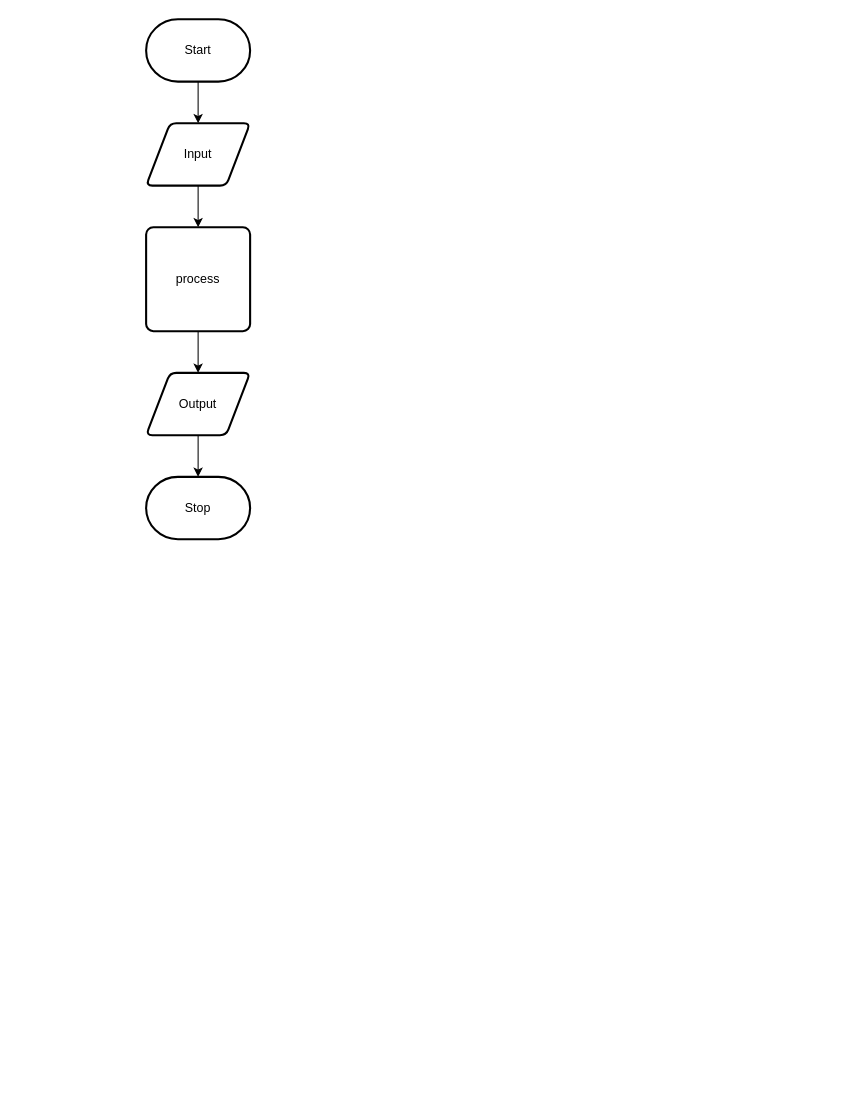
The draw.io diagram design/flow-chart.drawio in ashley-monaghan/ICS2OR-Unit-05-06, before the edit. Source tidied: cells renumbered, new cells numbered last; positions are measured from the earlier drawing's top-left corner, leaving out a move shared by most shapes. Both pictures are drawn from the tidied source at 104%, with x=0, y=0 at pixel (146, 19).
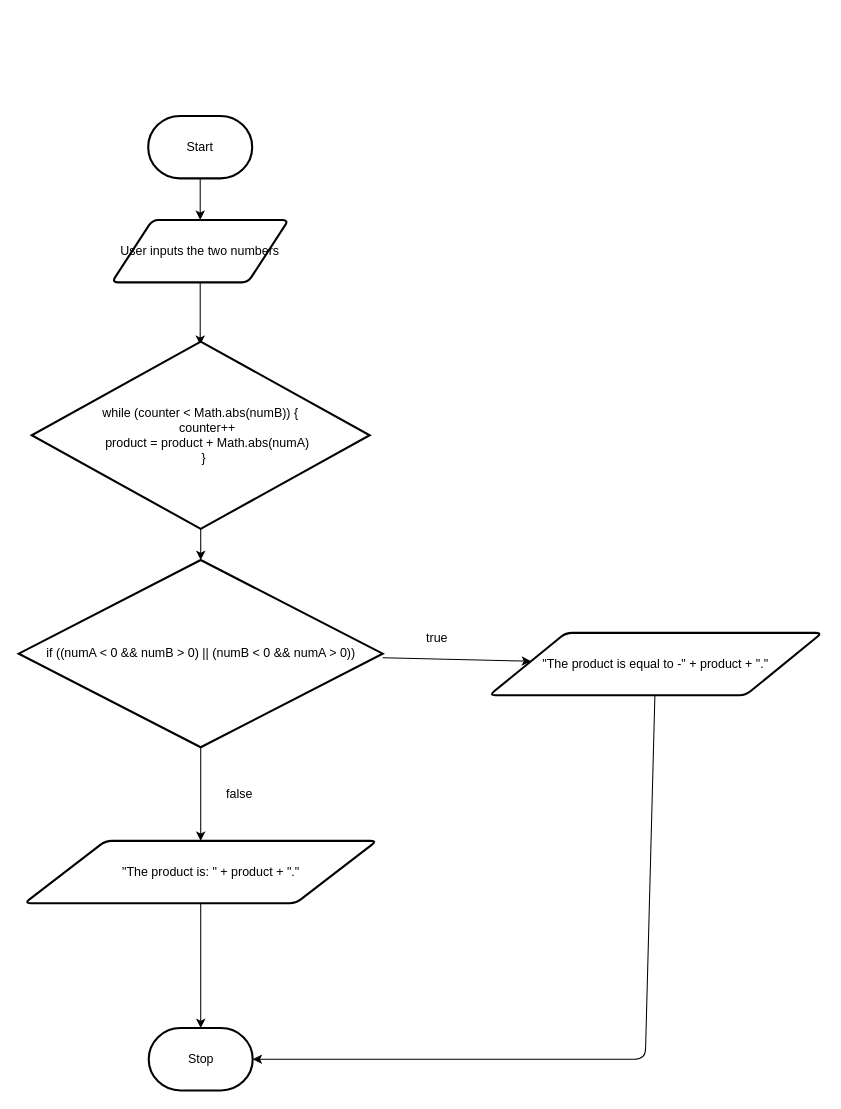
The same page after the edit.

The edit, as a diff of the source:
```diff
@@
 <mxGraphModel>
   <root>
     <mxCell id="0" />
     <mxCell id="1" parent="0" />
-    <mxCell id="2" style="edgeStyle=none;html=1;" parent="1" edge="1" source="3" target="5">
-      <mxGeometry relative="1" as="geometry" />
-    </mxCell>
+    <mxCell id="11" style="edgeStyle=none;html=1;" parent="1" edge="1" source="3" target="13">
+      <mxGeometry relative="1" as="geometry" />
+    </mxCell>
     <mxCell id="3" value="Start" style="strokeWidth=2;html=1;shape=mxgraph.flowchart.terminator;whiteSpace=wrap;" parent="1" vertex="1">
-      <mxGeometry width="100" height="60" as="geometry" />
+      <mxGeometry x="2" y="93" width="100" height="60" as="geometry" />
     </mxCell>
-    <mxCell id="4" style="edgeStyle=none;html=1;" parent="1" edge="1" source="5" target="7">
-      <mxGeometry relative="1" as="geometry" />
-    </mxCell>
-    <mxCell id="5" value="Input" style="shape=parallelogram;html=1;strokeWidth=2;perimeter=parallelogramPerimeter;whiteSpace=wrap;rounded=1;arcSize=12;size=0.23;" parent="1" vertex="1">
-      <mxGeometry y="100" width="100" height="60" as="geometry" />
-    </mxCell>
-    <mxCell id="6" style="edgeStyle=none;html=1;" parent="1" edge="1" source="7" target="9">
-      <mxGeometry relative="1" as="geometry" />
-    </mxCell>
-    <mxCell id="7" value="process" style="rounded=1;whiteSpace=wrap;html=1;absoluteArcSize=1;arcSize=14;strokeWidth=2;" parent="1" vertex="1">
-      <mxGeometry y="200" width="100" height="100" as="geometry" />
-    </mxCell>
-    <mxCell id="8" style="edgeStyle=none;html=1;" parent="1" edge="1" source="9" target="10">
-      <mxGeometry relative="1" as="geometry" />
-    </mxCell>
-    <mxCell id="9" value="Output" style="shape=parallelogram;html=1;strokeWidth=2;perimeter=parallelogramPerimeter;whiteSpace=wrap;rounded=1;arcSize=12;size=0.23;" parent="1" vertex="1">
-      <mxGeometry y="340" width="100" height="60" as="geometry" />
-    </mxCell>
+    <mxCell id="12" style="edgeStyle=none;html=1;entryX=0.5;entryY=0;entryDx=0;entryDy=0;" parent="1" edge="1" source="13">
+      <mxGeometry relative="1" as="geometry">
+        <mxPoint x="52" y="313" as="targetPoint" />
+      </mxGeometry>
+    </mxCell>
+    <mxCell id="13" value="User inputs the two numbers" style="shape=parallelogram;html=1;strokeWidth=2;perimeter=parallelogramPerimeter;whiteSpace=wrap;rounded=1;arcSize=12;size=0.23;" parent="1" vertex="1">
+      <mxGeometry x="-33" y="193" width="170" height="60" as="geometry" />
+    </mxCell>
+    <mxCell id="14" style="edgeStyle=none;html=1;" parent="1" edge="1" source="15" target="10">
+      <mxGeometry relative="1" as="geometry" />
+    </mxCell>
+    <mxCell id="15" value="&lt;div&gt;&amp;nbsp; &amp;nbsp; &amp;nbsp; &quot;The product is: &quot; + product + &quot;.&quot;&lt;/div&gt;" style="shape=parallelogram;html=1;strokeWidth=2;perimeter=parallelogramPerimeter;whiteSpace=wrap;rounded=1;arcSize=12;size=0.23;" parent="1" vertex="1">
+      <mxGeometry x="-116.9" y="790" width="338.8" height="60" as="geometry" />
+    </mxCell>
     <mxCell id="10" value="Stop" style="strokeWidth=2;html=1;shape=mxgraph.flowchart.terminator;whiteSpace=wrap;" parent="1" vertex="1">
-      <mxGeometry y="440" width="100" height="60" as="geometry" />
+      <mxGeometry x="2.5" y="970" width="100" height="60" as="geometry" />
     </mxCell>
+    <mxCell id="16" style="edgeStyle=none;html=1;exitX=0.5;exitY=1;exitDx=0;exitDy=0;exitPerimeter=0;entryX=0.5;entryY=0;entryDx=0;entryDy=0;" parent="1" edge="1" source="18" target="15">
+      <mxGeometry relative="1" as="geometry" />
+    </mxCell>
+    <mxCell id="17" style="edgeStyle=none;html=1;" parent="1" edge="1" source="18" target="22">
+      <mxGeometry relative="1" as="geometry" />
+    </mxCell>
+    <mxCell id="18" value="if ((numA &amp;lt; 0 &amp;amp;&amp;amp; numB &amp;gt; 0) || (numB &amp;lt; 0 &amp;amp;&amp;amp; numA &amp;gt; 0))" style="strokeWidth=2;html=1;shape=mxgraph.flowchart.decision;whiteSpace=wrap;" parent="1" vertex="1">
+      <mxGeometry x="-122.5" y="520" width="350" height="180" as="geometry" />
+    </mxCell>
+    <mxCell id="19" style="edgeStyle=none;html=1;entryX=0.5;entryY=0;entryDx=0;entryDy=0;entryPerimeter=0;" parent="1" edge="1" source="20" target="18">
+      <mxGeometry relative="1" as="geometry" />
+    </mxCell>
+    <mxCell id="20" value="&lt;div&gt;while (counter &amp;lt; Math.abs(numB)) {&lt;/div&gt;&lt;div&gt;&amp;nbsp; &amp;nbsp; counter++&lt;/div&gt;&lt;div&gt;&amp;nbsp; &amp;nbsp; product = product + Math.abs(numA)&lt;/div&gt;&lt;div&gt;&amp;nbsp; }&lt;/div&gt;" style="strokeWidth=2;html=1;shape=mxgraph.flowchart.decision;whiteSpace=wrap;" parent="1" vertex="1">
+      <mxGeometry x="-110" y="310" width="325" height="180" as="geometry" />
+    </mxCell>
+    <mxCell id="21" style="edgeStyle=none;html=1;entryX=1;entryY=0.5;entryDx=0;entryDy=0;entryPerimeter=0;" parent="1" edge="1" source="22" target="10">
+      <mxGeometry relative="1" as="geometry">
+        <Array as="points">
+          <mxPoint x="480" y="1000" />
+        </Array>
+      </mxGeometry>
+    </mxCell>
+    <mxCell id="22" value="&quot;The product is equal to -&quot; + product + &quot;.&quot;" style="shape=parallelogram;html=1;strokeWidth=2;perimeter=parallelogramPerimeter;whiteSpace=wrap;rounded=1;arcSize=12;size=0.23;" parent="1" vertex="1">
+      <mxGeometry x="330" y="590" width="320" height="60" as="geometry" />
+    </mxCell>
+    <mxCell id="23" value="true" style="text;html=1;strokeColor=none;fillColor=none;align=center;verticalAlign=middle;whiteSpace=wrap;rounded=0;" parent="1" vertex="1">
+      <mxGeometry x="250" y="580" width="60" height="30" as="geometry" />
+    </mxCell>
+    <mxCell id="24" value="false" style="text;html=1;strokeColor=none;fillColor=none;align=center;verticalAlign=middle;whiteSpace=wrap;rounded=0;" parent="1" vertex="1">
+      <mxGeometry x="60" y="730" width="60" height="30" as="geometry" />
+    </mxCell>
   </root>
 </mxGraphModel>
```
